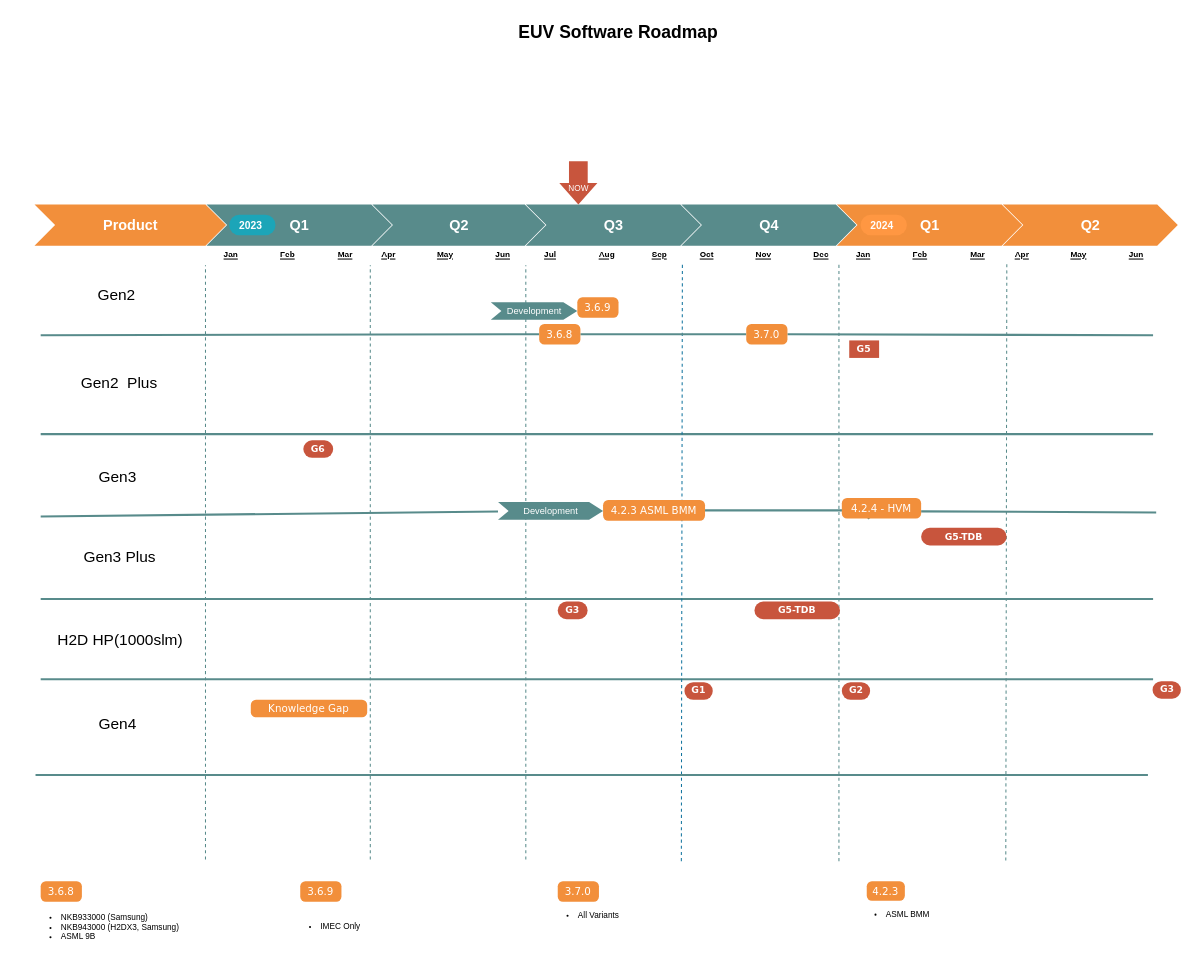
The draw.io diagram page "EUV" (1 of 8) of 0.Project Roadmap.drawio in EdwardsKorea/CommonDrawIO, before the edit. Source tidied: cells renumbered, new cells numbered last; positions are measured from the earlier drawing's top-left corner, leaving out a move shared by most shapes. Both pictures are drawn from the tidied source at 103%, with x=0, y=0 at pixel (18, 18).
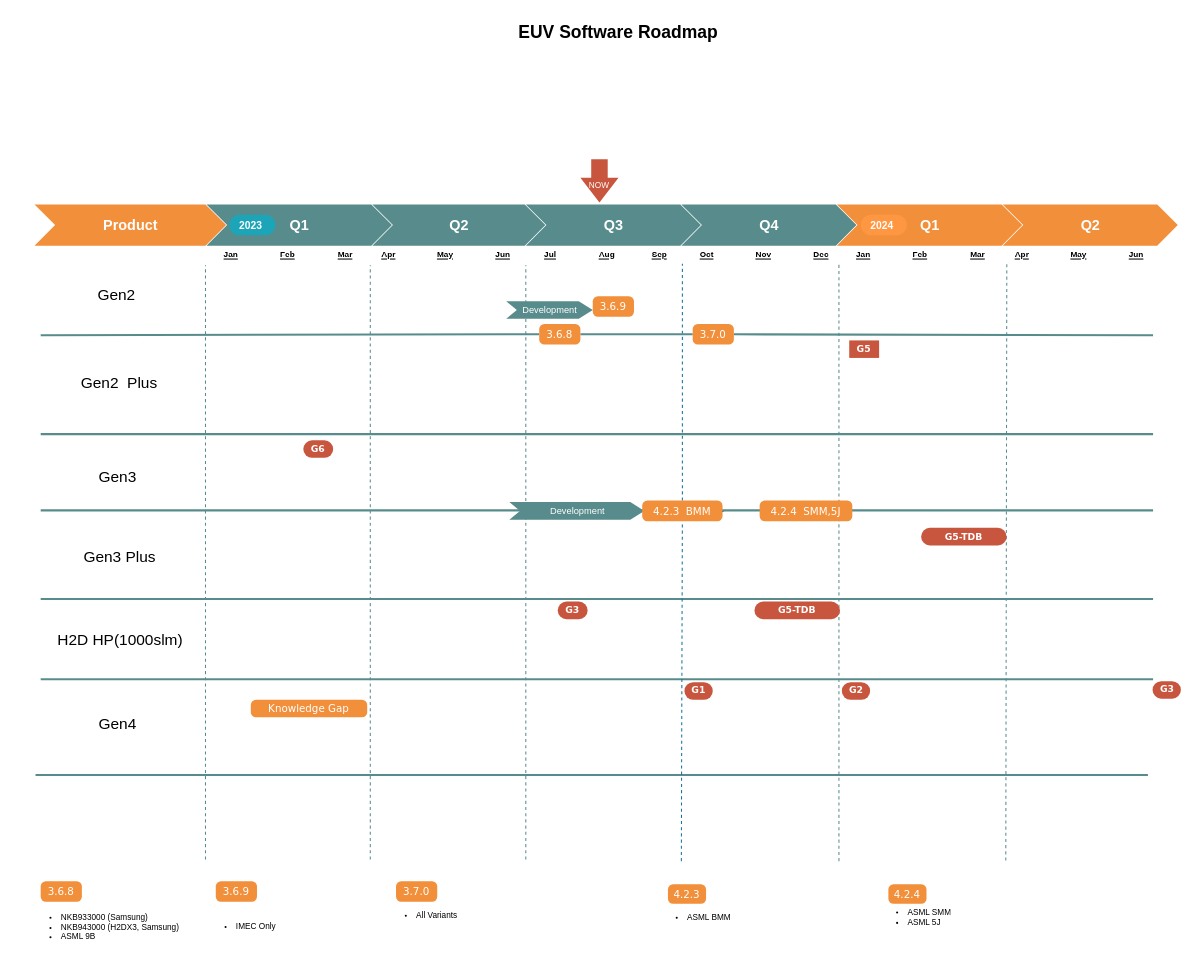
The same diagram, later.

Diff of the diagram source:
```diff
@@
-    <mxCell id="10" style="endArrow=none;html=1;strokeColor=#588b8b;strokeWidth=2;exitX=1;exitY=0.65;exitDx=0;exitDy=0;exitPerimeter=0;" parent="1" edge="1" source="72">
-      <mxGeometry relative="1" as="geometry">
-        <mxPoint x="1105" y="480" as="targetPoint" />
-      </mxGeometry>
-    </mxCell>
@@
-    <mxCell id="23" style="endArrow=none;dashed=1;html=1;strokeColor=#10739E;strokeWidth=1;" parent="1" edge="1">
+    <mxCell id="23" style="endArrow=none;dashed=1;html=1;strokeColor=#10739E;strokeWidth=1;" parent="1" edge="1" source="66">
       <mxGeometry relative="1" as="geometry">
-        <mxPoint x="644" y="818.6" as="sourcePoint" />
         <mxPoint x="645" y="238.6" as="targetPoint" />
       </mxGeometry>
     </mxCell>
@@
-    <mxCell id="29" value="&lt;br&gt;NOW" style="shape=singleArrow;direction=south;whiteSpace=wrap;html=1;labelBackgroundColor=none;strokeColor=none;fontFamily=Helvetica;fontSize=8;fontColor=#FFFFFF;fillColor=#c8553d;arrowWidth=0.4911463187325298;arrowSize=0.49521072796935545;" parent="1" vertex="1">
-      <mxGeometry x="525.5" y="139" width="37" height="42" as="geometry" />
+    <mxCell id="29" value="&lt;br&gt;NOW" style="shape=singleArrow;direction=south;whiteSpace=wrap;html=1;labelBackgroundColor=none;strokeColor=none;fontFamily=Helvetica;fontSize=8;fontColor=#FFFFFF;fillColor=#c8553d;arrowWidth=0.43243243243243246;arrowSize=0.5714285714285714;" parent="1" vertex="1">
+      <mxGeometry x="546" y="137" width="37" height="42" as="geometry" />
     </mxCell>
@@
     <mxCell id="55" value="3.6.9" style="html=1;shadow=0;dashed=0;shape=mxgraph.bootstrap.rrect;rSize=5;strokeColor=none;strokeWidth=1;fillColor=#F28f3b;fontColor=#FFFFFF;whiteSpace=wrap;align=center;verticalAlign=middle;spacingLeft=0;fontStyle=0;fontSize=10;spacing=5;fontFamily=Verdana;labelBackgroundColor=none;" parent="1" vertex="1">
-      <mxGeometry x="274" y="838" width="40" height="20" as="geometry" />
+      <mxGeometry x="192" y="838" width="40" height="20" as="geometry" />
     </mxCell>
     <mxCell id="56" value="&lt;ul&gt;&lt;li&gt;IMEC Only&lt;/li&gt;&lt;/ul&gt;" style="text;strokeColor=none;fillColor=none;html=1;whiteSpace=wrap;verticalAlign=middle;overflow=hidden;fontSize=8;fontFamily=Helvetica;fontColor=#000000;labelPosition=center;verticalLabelPosition=middle;align=left;" parent="1" vertex="1">
-      <mxGeometry x="252" y="851" width="211" height="62" as="geometry" />
+      <mxGeometry x="170" y="851" width="211" height="62" as="geometry" />
     </mxCell>
@@
     <mxCell id="61" value="3.7.0" style="html=1;shadow=0;dashed=0;shape=mxgraph.bootstrap.rrect;rSize=5;strokeColor=none;strokeWidth=1;fillColor=#F28f3b;fontColor=#FFFFFF;whiteSpace=wrap;align=center;verticalAlign=middle;spacingLeft=0;fontStyle=0;fontSize=10;spacing=5;fontFamily=Verdana;labelBackgroundColor=none;" parent="1" vertex="1">
-      <mxGeometry x="707" y="297" width="40" height="20" as="geometry" />
+      <mxGeometry x="655" y="297" width="40" height="20" as="geometry" />
     </mxCell>
     <mxCell id="62" value="Development" style="html=1;shape=mxgraph.infographic.ribbonSimple;notch1=10.29;notch2=13.57;fillColor=#588b8b;strokeColor=none;align=center;verticalAlign=middle;fontColor=#ffffff;fontSize=9;fontStyle=0;rounded=0;" parent="1" vertex="1">
-      <mxGeometry x="459" y="276" width="84" height="17" as="geometry" />
+      <mxGeometry x="474" y="275" width="84" height="17" as="geometry" />
     </mxCell>
     <mxCell id="63" value="4.2.3" style="html=1;shadow=0;dashed=0;shape=mxgraph.bootstrap.rrect;rSize=5;strokeColor=none;strokeWidth=1;fillColor=#F28f3b;fontColor=#FFFFFF;whiteSpace=wrap;align=center;verticalAlign=middle;spacingLeft=0;fontStyle=0;fontSize=10;spacing=5;fontFamily=Verdana;labelBackgroundColor=none;" parent="1" vertex="1">
-      <mxGeometry x="824" y="838" width="37" height="19" as="geometry" />
+      <mxGeometry x="631" y="841" width="37" height="19" as="geometry" />
     </mxCell>
     <mxCell id="64" value="&lt;ul&gt;&lt;li&gt;ASML BMM&lt;/li&gt;&lt;/ul&gt;" style="text;strokeColor=none;fillColor=none;html=1;whiteSpace=wrap;verticalAlign=middle;overflow=hidden;fontSize=8;fontFamily=Helvetica;fontColor=#000000;labelPosition=center;verticalLabelPosition=middle;align=left;" parent="1" vertex="1">
-      <mxGeometry x="801" y="850" width="241" height="40" as="geometry" />
+      <mxGeometry x="608" y="853" width="241" height="40" as="geometry" />
     </mxCell>
-    <mxCell id="65" style="endArrow=none;html=1;strokeColor=#588b8b;strokeWidth=2;" parent="1" edge="1" source="69" target="66">
-      <mxGeometry relative="1" as="geometry" />
-    </mxCell>
-    <mxCell id="66" value="4.2.3 ASML BMM" style="html=1;shadow=0;dashed=0;shape=mxgraph.bootstrap.rrect;rSize=5;strokeColor=none;strokeWidth=1;fillColor=#F28f3b;fontColor=#FFFFFF;whiteSpace=wrap;align=center;verticalAlign=middle;spacingLeft=0;fontStyle=0;fontSize=10;spacing=5;fontFamily=Verdana;labelBackgroundColor=none;" parent="1" vertex="1">
-      <mxGeometry x="568" y="468" width="99" height="20" as="geometry" />
-    </mxCell>
-    <mxCell id="67" style="endArrow=none;html=1;strokeColor=#588b8b;strokeWidth=2;entryX=0.013;entryY=0.6;entryDx=0;entryDy=0;entryPerimeter=0;" parent="1" edge="1" source="66" target="72">
-      <mxGeometry relative="1" as="geometry" />
-    </mxCell>
-    <mxCell id="68" style="endArrow=none;html=1;strokeColor=#588b8b;strokeWidth=2;" parent="1" edge="1" target="69">
-      <mxGeometry relative="1" as="geometry">
-        <mxPoint x="22" y="484" as="sourcePoint" />
-      </mxGeometry>
-    </mxCell>
-    <mxCell id="69" value="Development" style="html=1;shape=mxgraph.infographic.ribbonSimple;notch1=10.29;notch2=13.57;fillColor=#588b8b;strokeColor=none;align=center;verticalAlign=middle;fontColor=#ffffff;fontSize=9;fontStyle=0;rounded=0;" parent="1" vertex="1">
-      <mxGeometry x="466" y="470" width="102" height="17" as="geometry" />
-    </mxCell>
+    <mxCell id="79" style="edgeStyle=orthogonalEdgeStyle;rounded=0;jettySize=auto;html=1;" parent="1" edge="1" source="69">
+      <mxGeometry relative="1" as="geometry">
+        <mxPoint x="686" y="478.5" as="targetPoint" />
+      </mxGeometry>
+    </mxCell>
     <mxCell id="70" value="3.6.9" style="html=1;shadow=0;dashed=0;shape=mxgraph.bootstrap.rrect;rSize=5;strokeColor=none;strokeWidth=1;fillColor=#F28f3b;fontColor=#FFFFFF;whiteSpace=wrap;align=center;verticalAlign=middle;spacingLeft=0;fontStyle=0;fontSize=10;spacing=5;fontFamily=Verdana;labelBackgroundColor=none;" parent="1" vertex="1">
-      <mxGeometry x="543" y="271" width="40" height="20" as="geometry" />
+      <mxGeometry x="558" y="270" width="40" height="20" as="geometry" />
     </mxCell>
-    <mxCell id="71" style="endArrow=none;html=1;strokeColor=#588b8b;strokeWidth=2;" parent="1" edge="1" target="72">
-      <mxGeometry relative="1" as="geometry">
-        <mxPoint x="830" y="482.2" as="sourcePoint" />
-      </mxGeometry>
-    </mxCell>
-    <mxCell id="72" value="4.2.4 - HVM" style="html=1;shadow=0;dashed=0;shape=mxgraph.bootstrap.rrect;rSize=5;strokeColor=none;strokeWidth=1;fillColor=#F28f3b;fontColor=#FFFFFF;whiteSpace=wrap;align=center;verticalAlign=middle;spacingLeft=0;fontStyle=0;fontSize=10;spacing=5;fontFamily=Verdana;labelBackgroundColor=none;" parent="1" vertex="1">
-      <mxGeometry x="799.8" y="466" width="77" height="20" as="geometry" />
-    </mxCell>
@@
     <mxCell id="74" value="3.7.0" style="html=1;shadow=0;dashed=0;shape=mxgraph.bootstrap.rrect;rSize=5;strokeColor=none;strokeWidth=1;fillColor=#F28f3b;fontColor=#FFFFFF;whiteSpace=wrap;align=center;verticalAlign=middle;spacingLeft=0;fontStyle=0;fontSize=10;spacing=5;fontFamily=Verdana;labelBackgroundColor=none;" parent="1" vertex="1">
-      <mxGeometry x="524" y="838" width="40" height="20" as="geometry" />
+      <mxGeometry x="367" y="838" width="40" height="20" as="geometry" />
     </mxCell>
     <mxCell id="75" value="&lt;ul&gt;&lt;li&gt;All Variants&amp;nbsp;&lt;/li&gt;&lt;/ul&gt;" style="text;strokeColor=none;fillColor=none;html=1;whiteSpace=wrap;verticalAlign=middle;overflow=hidden;fontSize=8;fontFamily=Helvetica;fontColor=#000000;labelPosition=center;verticalLabelPosition=middle;align=left;" parent="1" vertex="1">
-      <mxGeometry x="502" y="851" width="211" height="40" as="geometry" />
+      <mxGeometry x="345" y="851" width="211" height="40" as="geometry" />
     </mxCell>
@@
+    <mxCell id="80" style="endArrow=none;dashed=1;html=1;strokeColor=#10739E;strokeWidth=1;" parent="1" edge="1" target="66">
+      <mxGeometry relative="1" as="geometry">
+        <mxPoint x="644" y="818.6" as="sourcePoint" />
+      </mxGeometry>
+    </mxCell>
+    <mxCell id="81" style="endArrow=none;html=1;strokeColor=#588b8b;strokeWidth=2;" parent="1" edge="1">
+      <mxGeometry relative="1" as="geometry">
+        <mxPoint x="22" y="478" as="sourcePoint" />
+        <mxPoint x="1102" y="478" as="targetPoint" />
+      </mxGeometry>
+    </mxCell>
+    <mxCell id="69" value="Development" style="html=1;shape=mxgraph.infographic.ribbonSimple;notch1=10.29;notch2=13.57;fillColor=#588b8b;strokeColor=none;align=center;verticalAlign=middle;fontColor=#ffffff;fontSize=9;fontStyle=0;rounded=0;" parent="1" vertex="1">
+      <mxGeometry x="477" y="470" width="131" height="17" as="geometry" />
+    </mxCell>
+    <mxCell id="66" value="4.2.3&amp;nbsp; BMM" style="html=1;shadow=0;dashed=0;shape=mxgraph.bootstrap.rrect;rSize=5;strokeColor=none;strokeWidth=1;fillColor=#F28f3b;fontColor=#FFFFFF;whiteSpace=wrap;align=center;verticalAlign=middle;spacingLeft=0;fontStyle=0;fontSize=10;spacing=5;fontFamily=Verdana;labelBackgroundColor=none;" parent="1" vertex="1">
+      <mxGeometry x="606" y="468.5" width="78" height="20" as="geometry" />
+    </mxCell>
+    <mxCell id="82" value="4.2.4&amp;nbsp; SMM,5J" style="html=1;shadow=0;dashed=0;shape=mxgraph.bootstrap.rrect;rSize=5;strokeColor=none;strokeWidth=1;fillColor=#F28f3b;fontColor=#FFFFFF;whiteSpace=wrap;align=center;verticalAlign=middle;spacingLeft=0;fontStyle=0;fontSize=10;spacing=5;fontFamily=Verdana;labelBackgroundColor=none;" parent="1" vertex="1">
+      <mxGeometry x="720" y="468.5" width="90" height="20" as="geometry" />
+    </mxCell>
+    <mxCell id="83" value="4.2.4" style="html=1;shadow=0;dashed=0;shape=mxgraph.bootstrap.rrect;rSize=5;strokeColor=none;strokeWidth=1;fillColor=#F28f3b;fontColor=#FFFFFF;whiteSpace=wrap;align=center;verticalAlign=middle;spacingLeft=0;fontStyle=0;fontSize=10;spacing=5;fontFamily=Verdana;labelBackgroundColor=none;" parent="1" vertex="1">
+      <mxGeometry x="845" y="841" width="37" height="19" as="geometry" />
+    </mxCell>
+    <mxCell id="84" value="&lt;ul&gt;&lt;li&gt;ASML SMM&lt;/li&gt;&lt;li&gt;ASML 5J&lt;/li&gt;&lt;/ul&gt;" style="text;strokeColor=none;fillColor=none;html=1;whiteSpace=wrap;verticalAlign=middle;overflow=hidden;fontSize=8;fontFamily=Helvetica;fontColor=#000000;labelPosition=center;verticalLabelPosition=middle;align=left;" parent="1" vertex="1">
+      <mxGeometry x="822" y="853" width="241" height="40" as="geometry" />
+    </mxCell>
```
